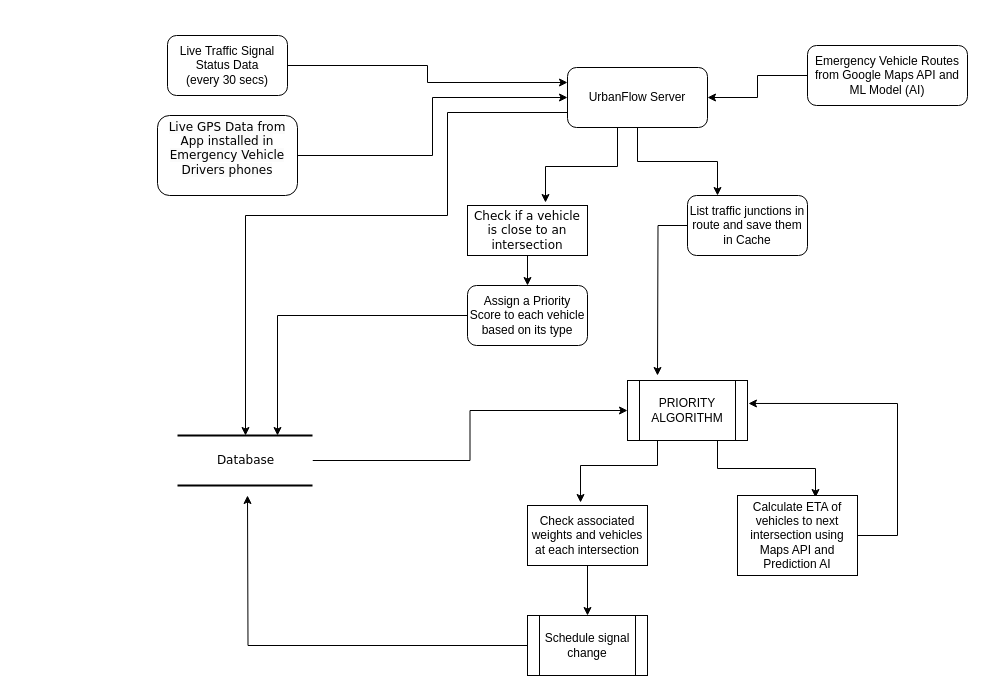
PaulStudios/UrbanFlow keeps this draw.io diagram as Flowchart.drawio. Above is the earlier version. Source tidied: cells renumbered, new cells numbered last; positions are measured from the earlier drawing's top-left corner, leaving out a move shared by most shapes. Both pictures are drawn from the tidied source at 100%, with x=0, y=0 at pixel (157, 35).
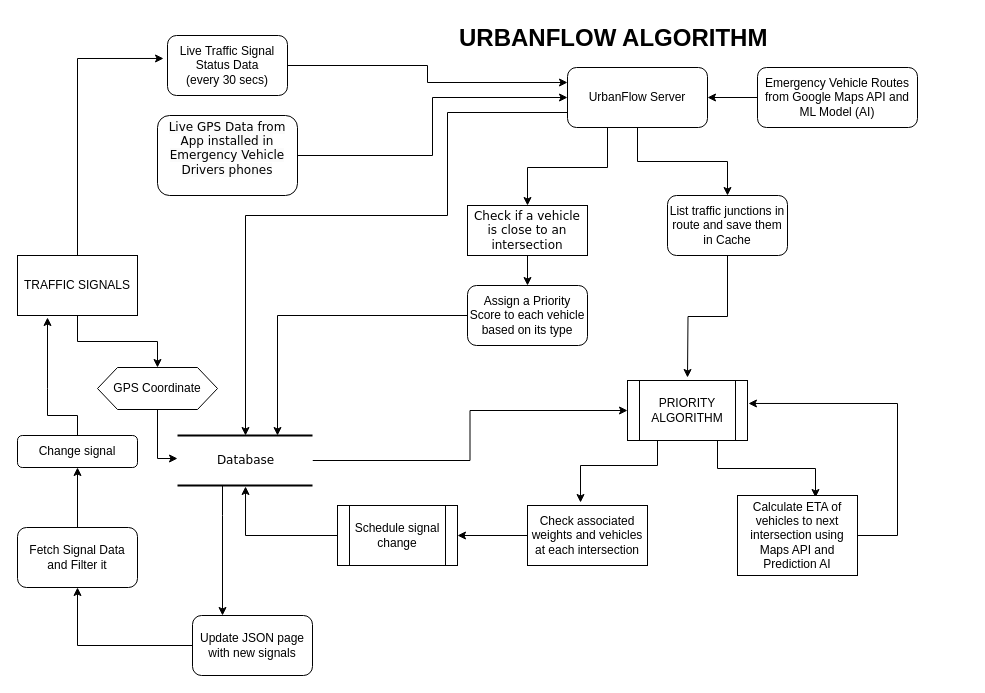
After the change.

Commit message:
Add Traffic Signals to Flowchart

Unchanged cells that the change refers to:
```xml
<mxCell id="3" value="Check if a vehicle is close to an intersection" style="whiteSpace=wrap;html=1;rounded=0;shadow=0;comic=0;labelBackgroundColor=none;strokeWidth=1;fontFamily=Verdana;fontSize=12;align=center;" parent="1" vertex="1">
  <mxGeometry x="310" y="170" width="120" height="50" as="geometry" />
</mxCell>
<mxCell id="7" value="UrbanFlow Server" style="rounded=1;whiteSpace=wrap;html=1;" parent="1" vertex="1">
  <mxGeometry x="410" y="32" width="140" height="60" as="geometry" />
</mxCell>
<mxCell id="9" value="Live Traffic Signal Status Data&lt;br&gt;(every 30 secs)" style="rounded=1;whiteSpace=wrap;html=1;" parent="1" vertex="1">
  <mxGeometry x="10" width="120" height="60" as="geometry" />
</mxCell>
<mxCell id="19" value="Database" style="html=1;rounded=0;shadow=0;comic=0;labelBackgroundColor=none;strokeWidth=2;fontFamily=Verdana;fontSize=12;align=center;shape=mxgraph.ios7ui.horLines;" parent="1" vertex="1">
  <mxGeometry x="20" y="400" width="135" height="50" as="geometry" />
</mxCell>
```

What changed in the source:
```diff
@@
+    <mxCell id="6" style="edgeStyle=orthogonalEdgeStyle;rounded=0;jettySize=auto;html=1;exitX=0;exitY=0.75;exitDx=0;exitDy=0;" parent="1" edge="1" source="7" target="19">
+      <mxGeometry relative="1" as="geometry">
+        <Array as="points">
+          <mxPoint x="290" y="77" />
+          <mxPoint x="290" y="180" />
+          <mxPoint x="88" y="180" />
+        </Array>
+      </mxGeometry>
+    </mxCell>
-    <mxCell id="4" style="edgeStyle=orthogonalEdgeStyle;rounded=0;jettySize=auto;html=1;entryX=0.65;entryY=-0.06;entryDx=0;entryDy=0;entryPerimeter=0;" parent="1" edge="1" source="7" target="3">
+    <mxCell id="4" style="edgeStyle=orthogonalEdgeStyle;rounded=0;jettySize=auto;html=1;entryX=0.5;entryY=0;entryDx=0;entryDy=0;" parent="1" edge="1" source="7" target="3">
       <mxGeometry relative="1" as="geometry">
         <Array as="points">
-          <mxPoint x="460" y="131" />
-          <mxPoint x="388" y="131" />
+          <mxPoint x="450" y="132" />
+          <mxPoint x="370" y="132" />
         </Array>
       </mxGeometry>
     </mxCell>
-    <mxCell id="5" style="edgeStyle=orthogonalEdgeStyle;rounded=0;jettySize=auto;html=1;entryX=0.25;entryY=0;entryDx=0;entryDy=0;" parent="1" edge="1" source="7" target="13">
+    <mxCell id="5" style="edgeStyle=orthogonalEdgeStyle;rounded=0;jettySize=auto;html=1;" parent="1" edge="1" source="7" target="13">
       <mxGeometry relative="1" as="geometry" />
     </mxCell>
-    <mxCell id="6" style="edgeStyle=orthogonalEdgeStyle;rounded=0;jettySize=auto;html=1;exitX=0;exitY=0.75;exitDx=0;exitDy=0;" parent="1" edge="1" source="7" target="19">
-      <mxGeometry relative="1" as="geometry">
-        <Array as="points">
-          <mxPoint x="290" y="77" />
-          <mxPoint x="290" y="180" />
-          <mxPoint x="88" y="180" />
-        </Array>
-      </mxGeometry>
-    </mxCell>
@@
     <mxCell id="11" value="Emergency Vehicle Routes from Google Maps API and ML Model (AI)" style="rounded=1;whiteSpace=wrap;html=1;" parent="1" vertex="1">
-      <mxGeometry x="650" y="10" width="160" height="60" as="geometry" />
+      <mxGeometry x="600" y="32" width="160" height="60" as="geometry" />
     </mxCell>
-    <mxCell id="12" style="edgeStyle=orthogonalEdgeStyle;rounded=0;jettySize=auto;html=1;" parent="1" edge="1" source="13">
-      <mxGeometry relative="1" as="geometry">
-        <mxPoint x="500" y="340" as="targetPoint" />
-      </mxGeometry>
-    </mxCell>
+    <mxCell id="29" style="edgeStyle=orthogonalEdgeStyle;rounded=0;jettySize=auto;html=1;" parent="1" edge="1" source="13">
+      <mxGeometry relative="1" as="geometry">
+        <mxPoint x="530" y="342" as="targetPoint" />
+      </mxGeometry>
+    </mxCell>
     <mxCell id="13" value="List traffic junctions in route and save them in Cache" style="rounded=1;whiteSpace=wrap;html=1;" parent="1" vertex="1">
-      <mxGeometry x="530" y="160" width="120" height="60" as="geometry" />
+      <mxGeometry x="510" y="160" width="120" height="60" as="geometry" />
     </mxCell>
@@
+    <mxCell id="30" style="edgeStyle=orthogonalEdgeStyle;rounded=0;jettySize=auto;html=1;entryX=0.25;entryY=0;entryDx=0;entryDy=0;" parent="1" edge="1" source="19" target="34">
+      <mxGeometry relative="1" as="geometry">
+        <Array as="points">
+          <mxPoint x="65" y="480" />
+          <mxPoint x="65" y="480" />
+        </Array>
+      </mxGeometry>
+    </mxCell>
@@
-    <mxCell id="27" style="edgeStyle=orthogonalEdgeStyle;rounded=0;jettySize=auto;html=1;" parent="1" edge="1" source="28">
-      <mxGeometry relative="1" as="geometry">
-        <mxPoint x="90" y="460" as="targetPoint" />
-      </mxGeometry>
-    </mxCell>
+    <mxCell id="31" style="edgeStyle=orthogonalEdgeStyle;rounded=0;jettySize=auto;html=1;entryX=0.504;entryY=1.02;entryDx=0;entryDy=0;entryPerimeter=0;" parent="1" edge="1" source="28" target="19">
+      <mxGeometry relative="1" as="geometry" />
+    </mxCell>
     <mxCell id="28" value="Schedule signal change" style="shape=process;whiteSpace=wrap;html=1;backgroundOutline=1;" parent="1" vertex="1">
-      <mxGeometry x="370" y="580" width="120" height="60" as="geometry" />
+      <mxGeometry x="180" y="470" width="120" height="60" as="geometry" />
     </mxCell>
+    <mxCell id="32" value="&lt;h1 style=&quot;margin-top: 0px;&quot;&gt;URBANFLOW ALGORITHM&lt;/h1&gt;" style="text;html=1;whiteSpace=wrap;overflow=hidden;rounded=0;" parent="1" vertex="1">
+      <mxGeometry x="300" y="-18" width="320" height="40" as="geometry" />
+    </mxCell>
+    <mxCell id="33" style="edgeStyle=orthogonalEdgeStyle;rounded=0;jettySize=auto;html=1;entryX=0.5;entryY=1;entryDx=0;entryDy=0;" parent="1" edge="1" source="34" target="41">
+      <mxGeometry relative="1" as="geometry" />
+    </mxCell>
+    <mxCell id="34" value="Update JSON page with new signals" style="rounded=1;whiteSpace=wrap;html=1;" parent="1" vertex="1">
+      <mxGeometry x="35" y="580" width="120" height="60" as="geometry" />
+    </mxCell>
+    <mxCell id="35" style="edgeStyle=orthogonalEdgeStyle;rounded=0;jettySize=auto;html=1;entryX=-0.033;entryY=0.383;entryDx=0;entryDy=0;entryPerimeter=0;" parent="1" edge="1" source="37" target="9">
+      <mxGeometry relative="1" as="geometry">
+        <Array as="points">
+          <mxPoint x="-80" y="23" />
+        </Array>
+      </mxGeometry>
+    </mxCell>
+    <mxCell id="36" style="edgeStyle=orthogonalEdgeStyle;rounded=0;jettySize=auto;html=1;" parent="1" edge="1" source="37" target="39">
+      <mxGeometry relative="1" as="geometry" />
+    </mxCell>
+    <mxCell id="37" value="TRAFFIC SIGNALS" style="rounded=0;whiteSpace=wrap;html=1;" parent="1" vertex="1">
+      <mxGeometry x="-140" y="220" width="120" height="60" as="geometry" />
+    </mxCell>
+    <mxCell id="38" style="edgeStyle=orthogonalEdgeStyle;rounded=0;jettySize=auto;html=1;entryX=0;entryY=0.46;entryDx=0;entryDy=0;entryPerimeter=0;" parent="1" edge="1" source="39" target="19">
+      <mxGeometry relative="1" as="geometry">
+        <Array as="points">
+          <mxPoint y="423" />
+        </Array>
+      </mxGeometry>
+    </mxCell>
+    <mxCell id="39" value="GPS Coordinate" style="shape=hexagon;perimeter=hexagonPerimeter2;whiteSpace=wrap;html=1;fixedSize=1;" parent="1" vertex="1">
+      <mxGeometry x="-60" y="332" width="120" height="42" as="geometry" />
+    </mxCell>
+    <mxCell id="40" style="edgeStyle=orthogonalEdgeStyle;rounded=0;jettySize=auto;html=1;" parent="1" edge="1" source="41" target="43">
+      <mxGeometry relative="1" as="geometry" />
+    </mxCell>
+    <mxCell id="41" value="Fetch Signal Data and Filter it" style="rounded=1;whiteSpace=wrap;html=1;" parent="1" vertex="1">
+      <mxGeometry x="-140" y="492" width="120" height="60" as="geometry" />
+    </mxCell>
+    <mxCell id="42" style="edgeStyle=orthogonalEdgeStyle;rounded=0;jettySize=auto;html=1;" parent="1" edge="1" source="43">
+      <mxGeometry relative="1" as="geometry">
+        <mxPoint x="-110" y="282" as="targetPoint" />
+        <Array as="points">
+          <mxPoint x="-80" y="380" />
+          <mxPoint x="-110" y="380" />
+          <mxPoint x="-110" y="353" />
+        </Array>
+      </mxGeometry>
+    </mxCell>
+    <mxCell id="43" value="Change signal" style="rounded=1;whiteSpace=wrap;html=1;" parent="1" vertex="1">
+      <mxGeometry x="-140" y="400" width="120" height="32" as="geometry" />
+    </mxCell>
```
